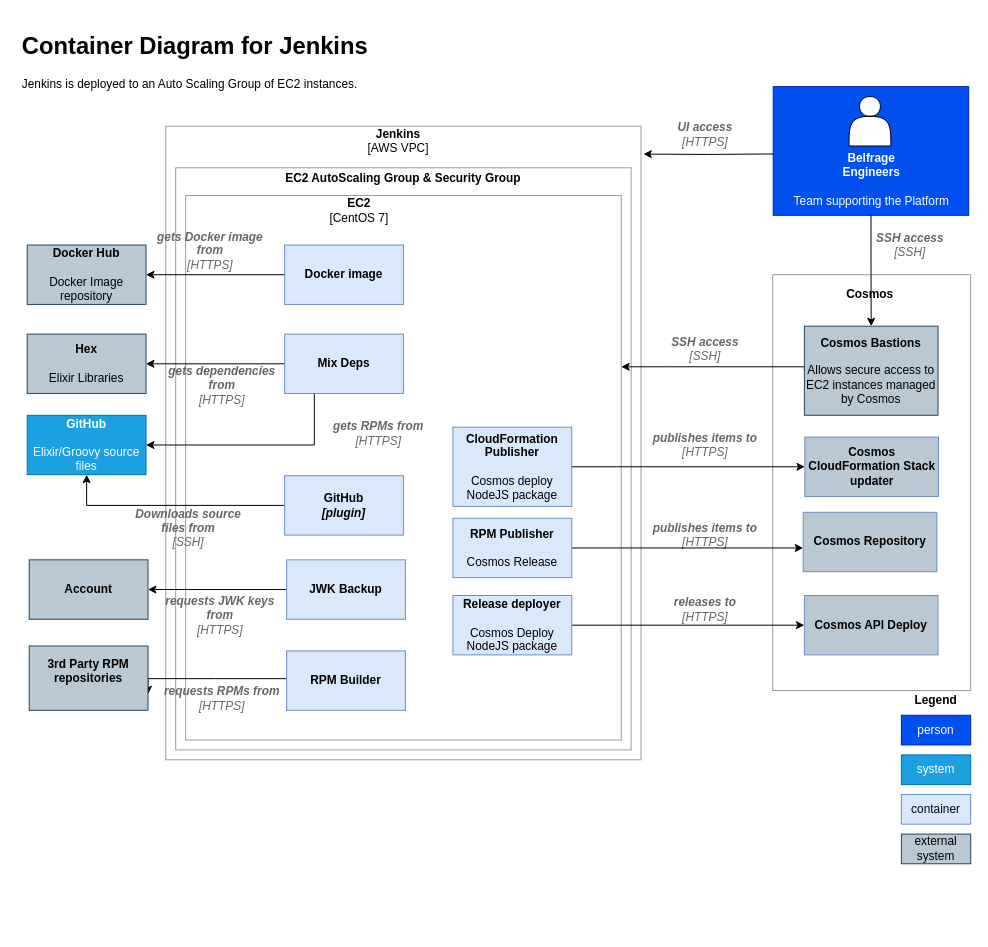
Above: docs/source/architecture/c4-cicd-level-2-jenkins.drawio in tracy-o/learning-day (draw.io), before the change. Source tidied: cells renumbered, new cells numbered last; positions are measured from the earlier drawing's top-left corner, leaving out a move shared by most shapes. Both pictures are drawn from the tidied source at 99%, with x=0, y=0 at pixel (17, 27).
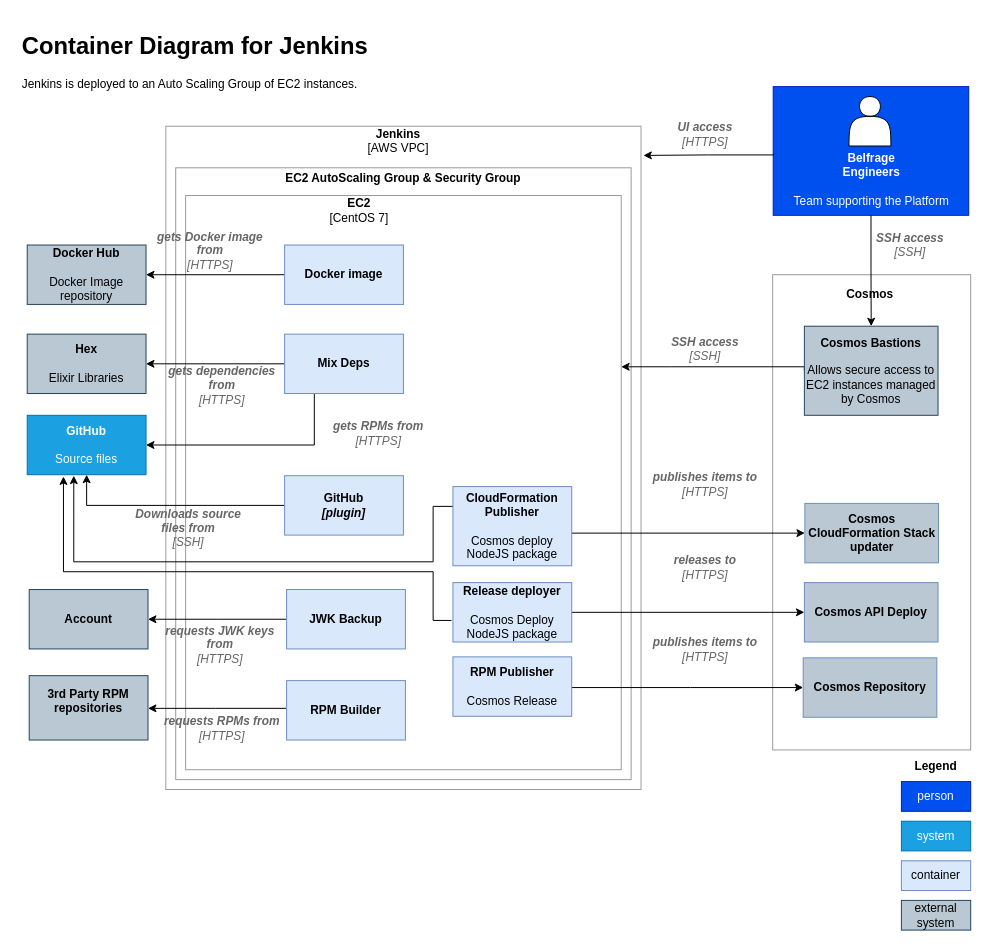
The same page after the edit.

Commit message (it also covers changes not shown here):
Tweaks to ci/cd architecture

The edit, as a diff of the source:
```diff
@@
     <mxCell id="2" style="rounded=0;whiteSpace=wrap;html=1;fillColor=none;strokeColor=#999999;" parent="1" vertex="1">
-      <mxGeometry x="150" y="100" width="480" height="640" as="geometry" />
+      <mxGeometry x="150" y="100" width="480" height="670" as="geometry" />
     </mxCell>
     <mxCell id="3" style="rounded=0;whiteSpace=wrap;html=1;fillColor=none;strokeColor=#999999;" parent="1" vertex="1">
-      <mxGeometry x="160" y="142" width="460" height="588" as="geometry" />
+      <mxGeometry x="160" y="142" width="460" height="618" as="geometry" />
     </mxCell>
     <mxCell id="4" style="rounded=0;whiteSpace=wrap;html=1;fillColor=none;strokeColor=#999999;" parent="1" vertex="1">
-      <mxGeometry x="170" y="170" width="440" height="550" as="geometry" />
+      <mxGeometry x="170" y="170" width="440" height="580" as="geometry" />
     </mxCell>
@@
     <mxCell id="6" style="rounded=0;whiteSpace=wrap;html=1;fillColor=none;strokeColor=#999999;" parent="1" vertex="1">
-      <mxGeometry x="763" y="250" width="200" height="420" as="geometry" />
+      <mxGeometry x="763" y="250" width="200" height="480" as="geometry" />
     </mxCell>
@@
     <mxCell id="10" value="container" style="rounded=0;whiteSpace=wrap;html=1;fillColor=#dae8fc;strokeColor=#6c8ebf;" parent="1" vertex="1">
-      <mxGeometry x="893" y="775" width="70" height="30" as="geometry" />
+      <mxGeometry x="893" y="842" width="70" height="30" as="geometry" />
     </mxCell>
     <mxCell id="11" value="system" style="rounded=0;whiteSpace=wrap;html=1;fillColor=#1ba1e2;strokeColor=#006EAF;fontColor=#ffffff;" parent="1" vertex="1">
-      <mxGeometry x="893" y="735" width="70" height="30" as="geometry" />
+      <mxGeometry x="893" y="802" width="70" height="30" as="geometry" />
     </mxCell>
     <mxCell id="12" value="person" style="rounded=0;whiteSpace=wrap;html=1;fillColor=#0050ef;strokeColor=#001DBC;fontColor=#ffffff;" parent="1" vertex="1">
-      <mxGeometry x="893" y="695" width="70" height="30" as="geometry" />
+      <mxGeometry x="893" y="762" width="70" height="30" as="geometry" />
     </mxCell>
     <mxCell id="13" value="external system" style="rounded=0;whiteSpace=wrap;html=1;fillColor=#bac8d3;strokeColor=#23445d;" parent="1" vertex="1">
-      <mxGeometry x="893" y="815" width="70" height="30" as="geometry" />
+      <mxGeometry x="893" y="882" width="70" height="30" as="geometry" />
     </mxCell>
@@
-    <mxCell id="21" value="&lt;b&gt;GitHub&lt;/b&gt;&lt;br&gt;&lt;br&gt;Elixir/Groovy source files" style="rounded=0;whiteSpace=wrap;html=1;fillColor=#1ba1e2;strokeColor=#006EAF;fontColor=#ffffff;" parent="1" vertex="1">
+    <mxCell id="21" value="&lt;b&gt;GitHub&lt;/b&gt;&lt;br&gt;&lt;br&gt;Source files" style="rounded=0;whiteSpace=wrap;html=1;fillColor=#1ba1e2;strokeColor=#006EAF;fontColor=#ffffff;" parent="1" vertex="1">
       <mxGeometry x="10" y="392" width="120" height="60" as="geometry" />
     </mxCell>
@@
     <mxCell id="24" value="&lt;i&gt;&lt;font color=&quot;#666666&quot;&gt;&lt;b&gt;publishes items to&lt;/b&gt;&lt;br&gt;[HTTPS]&lt;br&gt;&lt;/font&gt;&lt;/i&gt;" style="text;html=1;strokeColor=none;fillColor=none;align=center;verticalAlign=middle;whiteSpace=wrap;rounded=0;" parent="1" vertex="1">
-      <mxGeometry x="640" y="503" width="110" height="20" as="geometry" />
+      <mxGeometry x="640" y="619" width="110" height="20" as="geometry" />
     </mxCell>
     <mxCell id="25" value="&lt;b&gt;Legend&lt;/b&gt;" style="text;html=1;strokeColor=none;fillColor=none;align=center;verticalAlign=middle;whiteSpace=wrap;rounded=0;" parent="1" vertex="1">
-      <mxGeometry x="893" y="670" width="70" height="20" as="geometry" />
+      <mxGeometry x="893" y="737" width="70" height="20" as="geometry" />
     </mxCell>
@@
     <mxCell id="27" value="&lt;b&gt;Cosmos Repository&lt;/b&gt;" style="rounded=0;whiteSpace=wrap;html=1;strokeColor=#6c8ebf;fillColor=#BAC8D3;" parent="1" vertex="1">
-      <mxGeometry x="793.8" y="490" width="135" height="60" as="geometry" />
+      <mxGeometry x="793.8" y="637" width="135" height="60" as="geometry" />
     </mxCell>
-    <mxCell id="28" style="edgeStyle=orthogonalEdgeStyle;rounded=0;jettySize=auto;html=1;" parent="1" edge="1" source="29" target="30">
-      <mxGeometry relative="1" as="geometry" />
+    <mxCell id="28" style="edgeStyle=orthogonalEdgeStyle;rounded=0;jettySize=auto;html=1;" parent="1" edge="1" source="29">
+      <mxGeometry relative="1" as="geometry">
+        <mxPoint x="132" y="598" as="targetPoint" />
+      </mxGeometry>
     </mxCell>
     <mxCell id="29" value="&lt;b&gt;JWK Backup&lt;/b&gt;" style="rounded=0;whiteSpace=wrap;html=1;fillColor=#dae8fc;strokeColor=#6c8ebf;" parent="1" vertex="1">
-      <mxGeometry x="272" y="538" width="120" height="60" as="geometry" />
+      <mxGeometry x="272" y="568" width="120" height="60" as="geometry" />
     </mxCell>
     <mxCell id="30" value="&lt;b&gt;Account&lt;/b&gt;" style="rounded=0;whiteSpace=wrap;html=1;fillColor=#bac8d3;strokeColor=#23445d;" parent="1" vertex="1">
-      <mxGeometry x="12" y="538" width="120" height="60" as="geometry" />
+      <mxGeometry x="12" y="568" width="120" height="60" as="geometry" />
     </mxCell>
     <mxCell id="31" value="&lt;font color=&quot;#666666&quot;&gt;&lt;i&gt;&lt;b&gt;requests JWK keys from&lt;br&gt;&lt;/b&gt;[HTTPS]&lt;/i&gt;&lt;/font&gt;" style="text;html=1;strokeColor=none;fillColor=none;align=center;verticalAlign=middle;whiteSpace=wrap;rounded=0;" parent="1" vertex="1">
-      <mxGeometry x="140" y="584" width="130" height="20" as="geometry" />
+      <mxGeometry x="140" y="614" width="130" height="20" as="geometry" />
     </mxCell>
     <mxCell id="32" style="edgeStyle=orthogonalEdgeStyle;rounded=0;jettySize=auto;html=1;" parent="1" edge="1" source="33" target="27">
       <mxGeometry relative="1" as="geometry">
         <Array as="points">
-          <mxPoint x="530" y="530" />
+          <mxPoint x="680" y="667" />
+          <mxPoint x="680" y="667" />
         </Array>
       </mxGeometry>
     </mxCell>
     <mxCell id="33" value="&lt;b&gt;RPM Publisher&lt;/b&gt;&lt;br&gt;&lt;br&gt;Cosmos Release" style="rounded=0;whiteSpace=wrap;html=1;fillColor=#dae8fc;strokeColor=#6c8ebf;" parent="1" vertex="1">
-      <mxGeometry x="440" y="496" width="120" height="60" as="geometry" />
+      <mxGeometry x="440" y="636" width="120" height="60" as="geometry" />
     </mxCell>
@@
     <mxCell id="44" style="edgeStyle=orthogonalEdgeStyle;rounded=0;jettySize=auto;html=1;" parent="1" edge="1" source="45" target="46">
-      <mxGeometry relative="1" as="geometry" />
+      <mxGeometry relative="1" as="geometry">
+        <Array as="points">
+          <mxPoint x="620" y="511" />
+          <mxPoint x="620" y="511" />
+        </Array>
+      </mxGeometry>
     </mxCell>
+    <mxCell id="60" style="edgeStyle=orthogonalEdgeStyle;rounded=0;jettySize=auto;html=1;entryX=0.392;entryY=1.017;entryDx=0;entryDy=0;entryPerimeter=0;" parent="1" edge="1" source="45" target="21">
+      <mxGeometry relative="1" as="geometry">
+        <Array as="points">
+          <mxPoint x="420" y="484" />
+          <mxPoint x="420" y="540" />
+          <mxPoint x="57" y="540" />
+        </Array>
+      </mxGeometry>
+    </mxCell>
     <mxCell id="45" value="&lt;b&gt;CloudFormation Publisher&lt;/b&gt;&lt;br&gt;&lt;br&gt;Cosmos deploy NodeJS package" style="rounded=0;whiteSpace=wrap;html=1;fillColor=#dae8fc;strokeColor=#6c8ebf;" parent="1" vertex="1">
-      <mxGeometry x="440" y="404" width="120" height="80" as="geometry" />
+      <mxGeometry x="440" y="464" width="120" height="80" as="geometry" />
     </mxCell>
     <mxCell id="46" value="&lt;b&gt;Cosmos CloudFormation Stack updater&lt;/b&gt;" style="rounded=0;whiteSpace=wrap;html=1;strokeColor=#6c8ebf;fillColor=#BAC8D3;" parent="1" vertex="1">
-      <mxGeometry x="795.5" y="414" width="135" height="60" as="geometry" />
+      <mxGeometry x="795.5" y="481" width="135" height="60" as="geometry" />
     </mxCell>
     <mxCell id="47" value="&lt;i&gt;&lt;font color=&quot;#666666&quot;&gt;&lt;b&gt;publishes items to&lt;/b&gt;&lt;br&gt;[HTTPS]&lt;br&gt;&lt;/font&gt;&lt;/i&gt;" style="text;html=1;strokeColor=none;fillColor=none;align=center;verticalAlign=middle;whiteSpace=wrap;rounded=0;" parent="1" vertex="1">
-      <mxGeometry x="640" y="412" width="110" height="20" as="geometry" />
+      <mxGeometry x="640" y="452" width="110" height="20" as="geometry" />
     </mxCell>
+    <mxCell id="61" style="edgeStyle=orthogonalEdgeStyle;rounded=0;jettySize=auto;html=1;entryX=0.305;entryY=1.03;entryDx=0;entryDy=0;entryPerimeter=0;exitX=-0.012;exitY=0.637;exitDx=0;exitDy=0;exitPerimeter=0;" parent="1" edge="1" source="49" target="21">
+      <mxGeometry relative="1" as="geometry">
+        <Array as="points">
+          <mxPoint x="420" y="599" />
+          <mxPoint x="420" y="550" />
+          <mxPoint x="47" y="550" />
+        </Array>
+      </mxGeometry>
+    </mxCell>
@@
     <mxCell id="49" value="&lt;b&gt;Release deployer&lt;/b&gt;&lt;br&gt;&lt;br&gt;Cosmos Deploy NodeJS package" style="rounded=0;whiteSpace=wrap;html=1;fillColor=#dae8fc;strokeColor=#6c8ebf;" parent="1" vertex="1">
-      <mxGeometry x="440" y="574" width="120" height="60" as="geometry" />
+      <mxGeometry x="440" y="561" width="120" height="60" as="geometry" />
     </mxCell>
     <mxCell id="50" value="&lt;b&gt;Cosmos API Deploy&lt;/b&gt;" style="rounded=0;whiteSpace=wrap;html=1;strokeColor=#6c8ebf;fillColor=#BAC8D3;" parent="1" vertex="1">
-      <mxGeometry x="795" y="574" width="135" height="60" as="geometry" />
+      <mxGeometry x="795" y="561" width="135" height="60" as="geometry" />
     </mxCell>
     <mxCell id="51" value="&lt;i&gt;&lt;font color=&quot;#666666&quot;&gt;&lt;b&gt;releases to&lt;/b&gt;&lt;br&gt;[HTTPS]&lt;br&gt;&lt;/font&gt;&lt;/i&gt;" style="text;html=1;strokeColor=none;fillColor=none;align=center;verticalAlign=middle;whiteSpace=wrap;rounded=0;" parent="1" vertex="1">
-      <mxGeometry x="640" y="578" width="110" height="20" as="geometry" />
+      <mxGeometry x="640" y="536" width="110" height="20" as="geometry" />
     </mxCell>
@@
     <mxCell id="53" style="edgeStyle=orthogonalEdgeStyle;rounded=0;jettySize=auto;html=1;entryX=1.005;entryY=0.044;entryDx=0;entryDy=0;entryPerimeter=0;" parent="1" edge="1" target="2">
       <mxGeometry relative="1" as="geometry">
         <mxPoint x="764" y="128" as="sourcePoint" />
+        <Array as="points">
+          <mxPoint x="764" y="129" />
+          <mxPoint x="697" y="129" />
+        </Array>
       </mxGeometry>
     </mxCell>
@@
-    <mxCell id="55" style="edgeStyle=orthogonalEdgeStyle;rounded=0;jettySize=auto;html=1;entryX=1;entryY=0.75;entryDx=0;entryDy=0;" parent="1" edge="1" source="56" target="57">
+    <mxCell id="55" style="edgeStyle=orthogonalEdgeStyle;rounded=0;jettySize=auto;html=1;entryX=1;entryY=0.75;entryDx=0;entryDy=0;" parent="1" edge="1" source="56">
       <mxGeometry relative="1" as="geometry">
+        <mxPoint x="132" y="688" as="targetPoint" />
         <Array as="points">
-          <mxPoint x="200" y="658" />
-          <mxPoint x="200" y="658" />
+          <mxPoint x="200" y="688" />
+          <mxPoint x="200" y="688" />
         </Array>
       </mxGeometry>
     </mxCell>
     <mxCell id="56" value="&lt;b&gt;RPM Builder&lt;/b&gt;" style="rounded=0;whiteSpace=wrap;html=1;fillColor=#dae8fc;strokeColor=#6c8ebf;" parent="1" vertex="1">
-      <mxGeometry x="272" y="630" width="120" height="60" as="geometry" />
+      <mxGeometry x="272" y="660" width="120" height="60" as="geometry" />
     </mxCell>
     <mxCell id="57" value="&lt;b&gt;3rd Party RPM repositories&lt;/b&gt;&lt;br&gt;&lt;br&gt;" style="rounded=0;whiteSpace=wrap;html=1;fillColor=#bac8d3;strokeColor=#23445d;" parent="1" vertex="1">
-      <mxGeometry x="12" y="625" width="120" height="65" as="geometry" />
+      <mxGeometry x="12" y="655" width="120" height="65" as="geometry" />
     </mxCell>
@@
     <mxCell id="59" value="&lt;font color=&quot;#666666&quot;&gt;&lt;i&gt;&lt;b&gt;requests RPMs from&lt;br&gt;&lt;/b&gt;[HTTPS]&lt;/i&gt;&lt;/font&gt;" style="text;html=1;strokeColor=none;fillColor=none;align=center;verticalAlign=middle;whiteSpace=wrap;rounded=0;" parent="1" vertex="1">
-      <mxGeometry x="142" y="668" width="130" height="20" as="geometry" />
+      <mxGeometry x="142" y="698" width="130" height="20" as="geometry" />
     </mxCell>
```
